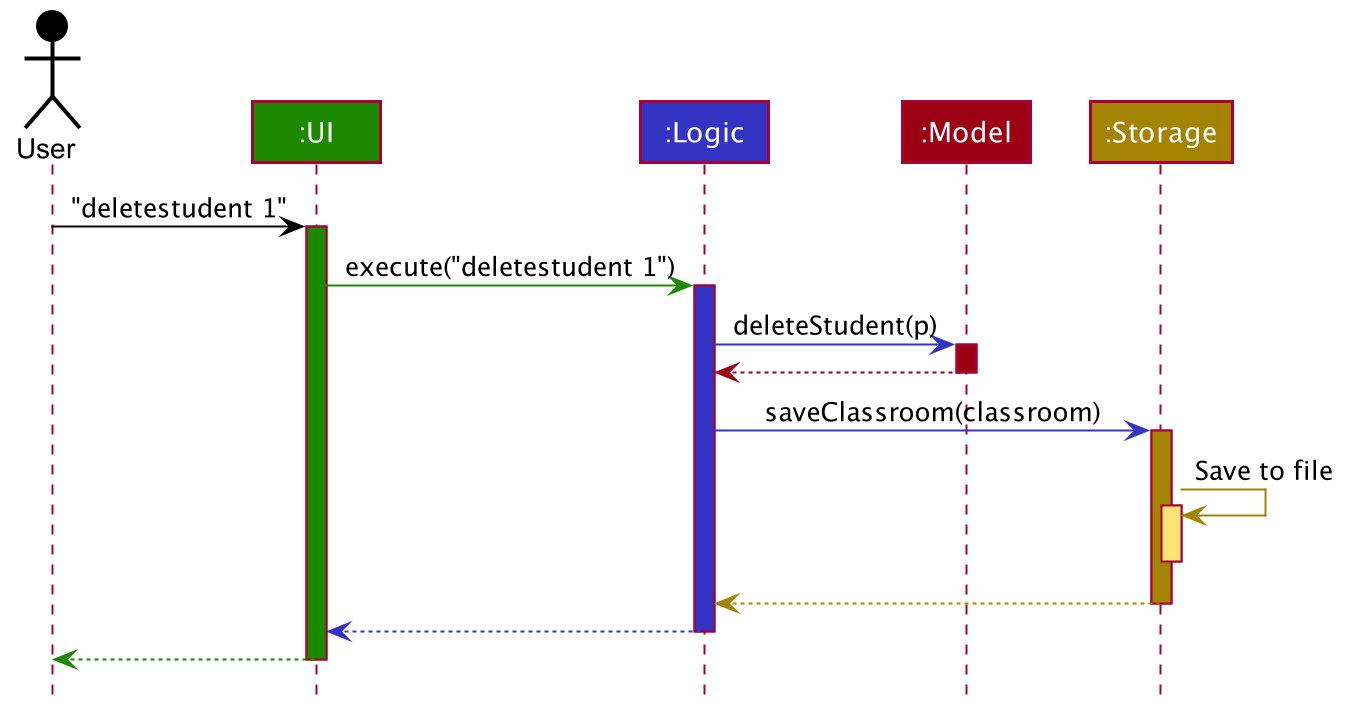
AY1920S1-CS2103-T14-1/main keeps this PlantUML diagram as images/ArchitectureSequenceDiagram.png. Above is the earlier version.
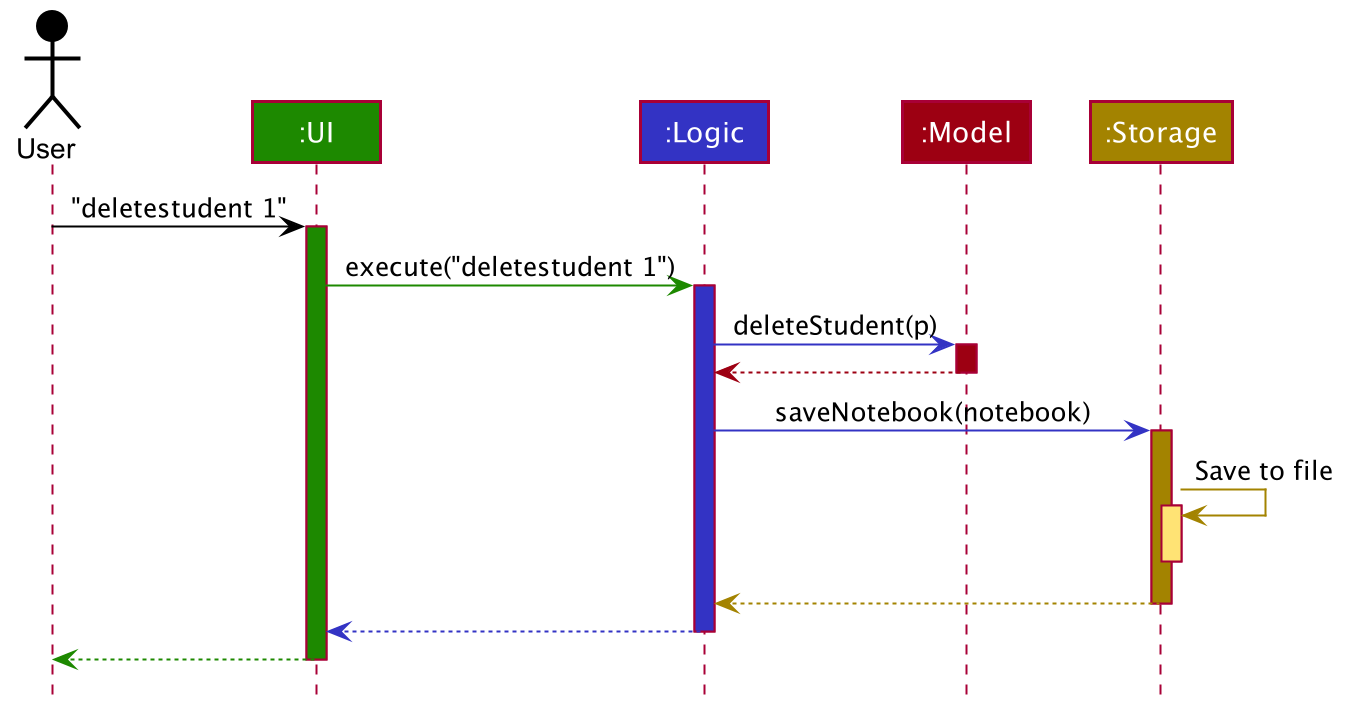
Later version of the same file.

Change to the diagram source:
```diff
@@ -66,7 +66,7 @@
 model -[#9D0012]-> logic
 deactivate model
 
-logic -[#3333C4]> storage : saveClassroom(classroom)
+logic -[#3333C4]> storage : saveNotebook(notebook)
 activate storage #A38300
 
 storage -[#A38300]> storage : Save to file
```
